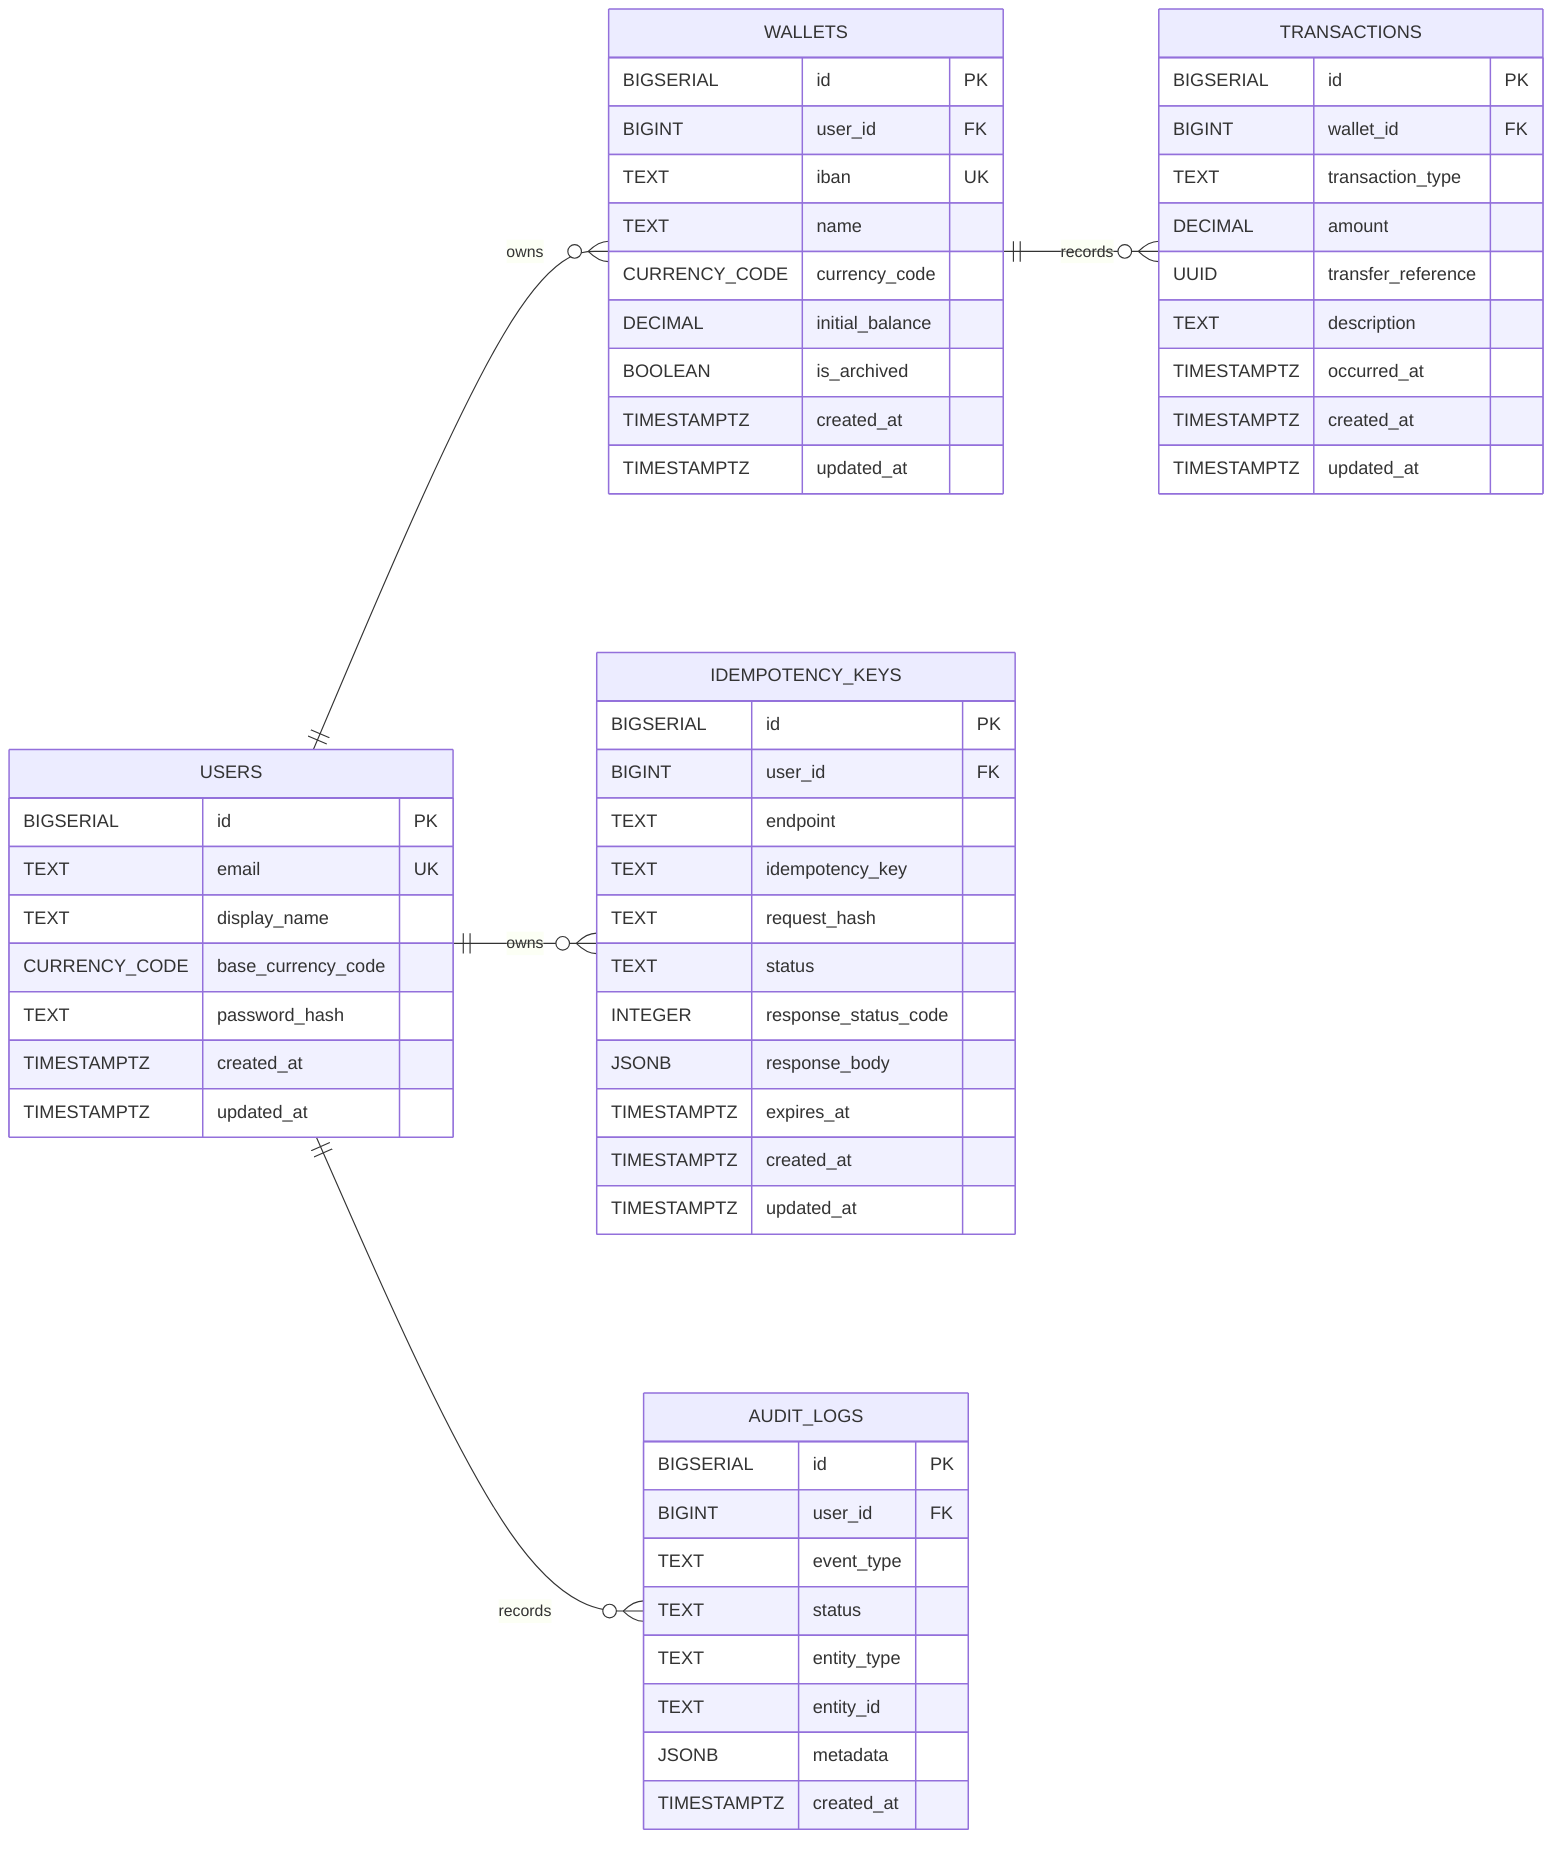
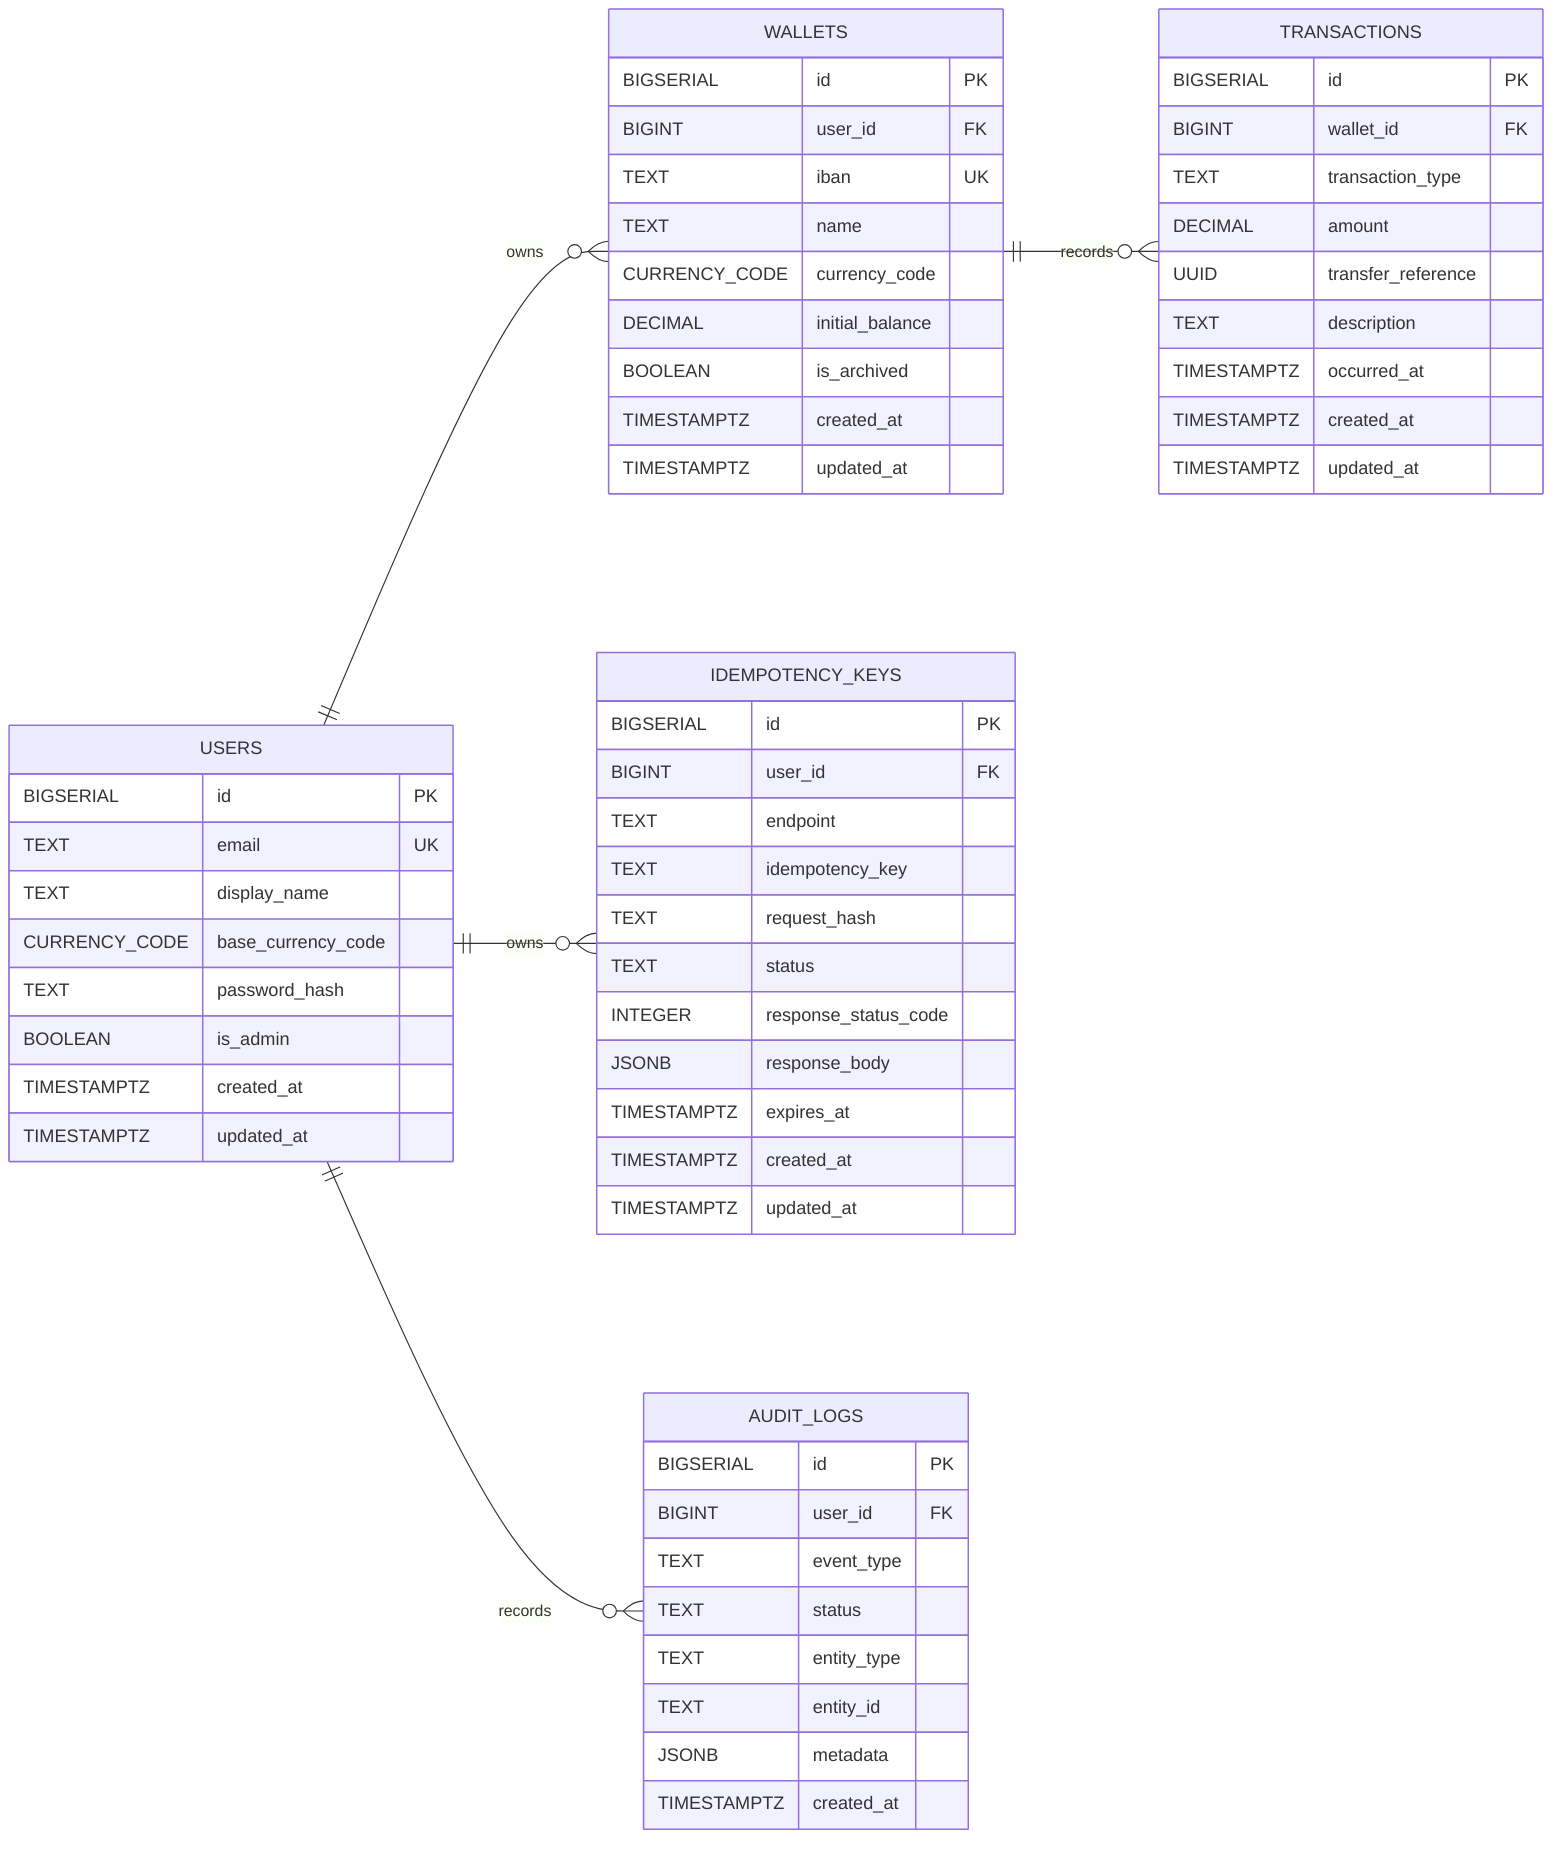
erDiagram
    direction LR
    USERS ||--o{ WALLETS : owns
    USERS ||--o{ IDEMPOTENCY_KEYS : owns
    USERS ||--o{ AUDIT_LOGS : records
    WALLETS ||--o{ TRANSACTIONS : records

    USERS {
        BIGSERIAL id PK
        TEXT email UK
        TEXT display_name
        CURRENCY_CODE base_currency_code
        TEXT password_hash
+         BOOLEAN is_admin
        TIMESTAMPTZ created_at
        TIMESTAMPTZ updated_at
    }

    WALLETS {
        BIGSERIAL id PK
        BIGINT user_id FK
        TEXT iban UK
        TEXT name
        CURRENCY_CODE currency_code
        DECIMAL initial_balance
        BOOLEAN is_archived
        TIMESTAMPTZ created_at
        TIMESTAMPTZ updated_at
    }

    TRANSACTIONS {
        BIGSERIAL id PK
        BIGINT wallet_id FK
        TEXT transaction_type
        DECIMAL amount
        UUID transfer_reference
        TEXT description
        TIMESTAMPTZ occurred_at
        TIMESTAMPTZ created_at
        TIMESTAMPTZ updated_at
    }

    IDEMPOTENCY_KEYS {
        BIGSERIAL id PK
        BIGINT user_id FK
        TEXT endpoint
        TEXT idempotency_key
        TEXT request_hash
        TEXT status
        INTEGER response_status_code
        JSONB response_body
        TIMESTAMPTZ expires_at
        TIMESTAMPTZ created_at
        TIMESTAMPTZ updated_at
    }

    AUDIT_LOGS {
        BIGSERIAL id PK
        BIGINT user_id FK
        TEXT event_type
        TEXT status
        TEXT entity_type
        TEXT entity_id
        JSONB metadata
        TIMESTAMPTZ created_at
    }
